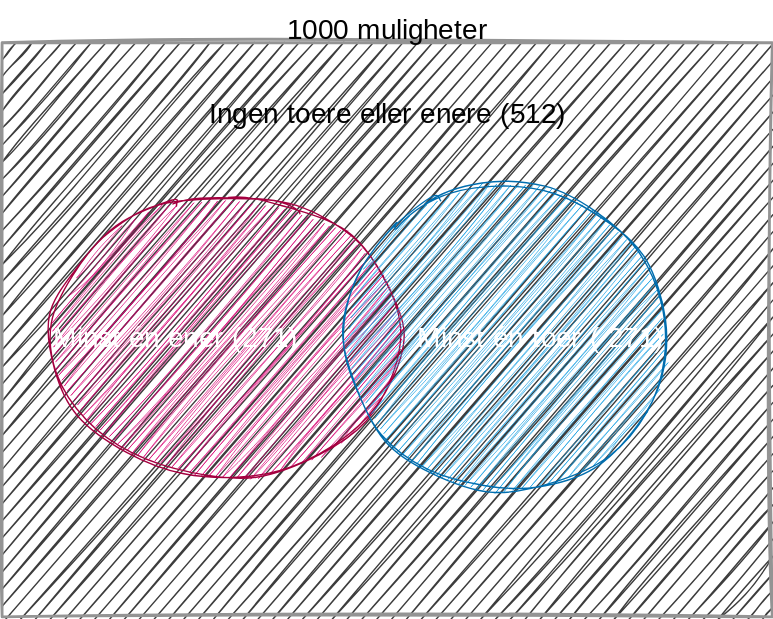
Earlier version of the draw.io export img/sannsyn/øvinglåser.svg (Andremartiny/MA-173). Source tidied: cells renumbered, new cells last; positions are measured from the earlier drawing's top-left corner, leaving out a move shared by most shapes.
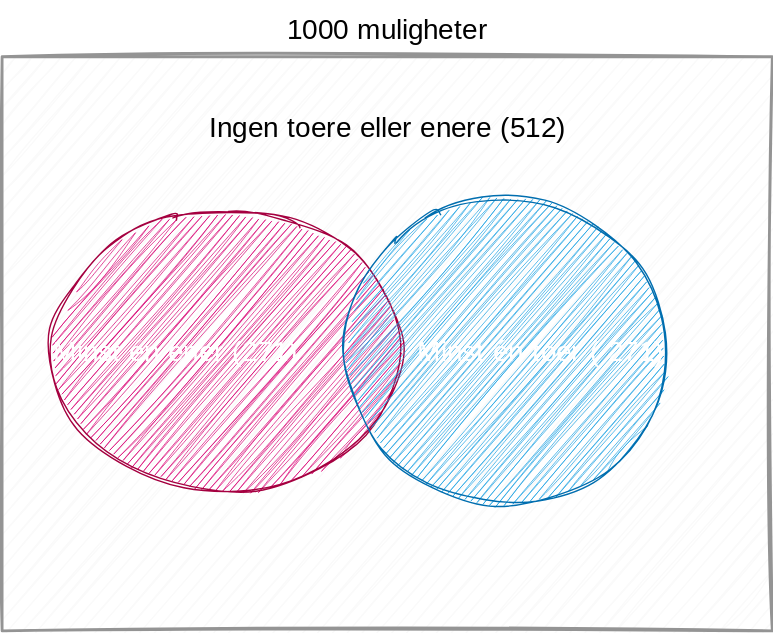
The same file after the commit.

The edit, as a diff of the source:
```diff
@@ -2,11 +2,11 @@
   <root>
     <mxCell id="0" />
     <mxCell id="1" parent="0" />
-    <mxCell id="2" style="whiteSpace=wrap;html=1;sketch=1;curveFitting=1;jiggle=2;fillColor=#3D3D3D;strokeColor=#949494;strokeWidth=2;fontFamily=Architects Daughter;fontSource=https%3A%2F%2Ffonts.googleapis.com%2Fcss%3Ffamily%3DArchitects%2BDaughter;" parent="1" vertex="1">
+    <mxCell id="2" style="whiteSpace=wrap;html=1;sketch=1;curveFitting=1;jiggle=2;fillColor=#fafafa;strokeColor=#949494;strokeWidth=2;fontFamily=Architects Daughter;fontSource=https%3A%2F%2Ffonts.googleapis.com%2Fcss%3Ffamily%3DArchitects%2BDaughter;" parent="1" vertex="1">
       <mxGeometry y="30" width="550" height="410" as="geometry" />
     </mxCell>
     <mxCell id="3" value="&lt;font&gt;1000 muligheter&lt;/font&gt;" style="text;html=1;align=center;verticalAlign=middle;strokeColor=none;fillColor=none;fontSize=20;fontFamily=Architects Daughter;fontSource=https%3A%2F%2Ffonts.googleapis.com%2Fcss%3Ffamily%3DArchitects%2BDaughter;" parent="1" vertex="1">
-      <mxGeometry x="195" width="160" height="40" as="geometry" />
+      <mxGeometry x="195" y="-10" width="160" height="40" as="geometry" />
     </mxCell>
     <mxCell id="4" value="&amp;nbsp;Minst én ener (271)" style="ellipse;whiteSpace=wrap;html=1;sketch=1;hachureGap=4;jiggle=2;curveFitting=1;fontFamily=Architects Daughter;fontSource=https%3A%2F%2Ffonts.googleapis.com%2Fcss%3Ffamily%3DArchitects%2BDaughter;fontSize=20;fillStyle=hachure;fillColor=#d80073;fontColor=#ffffff;strokeColor=#A50040;align=left;" parent="1" vertex="1">
       <mxGeometry x="35" y="140" width="250" height="200" as="geometry" />
```
